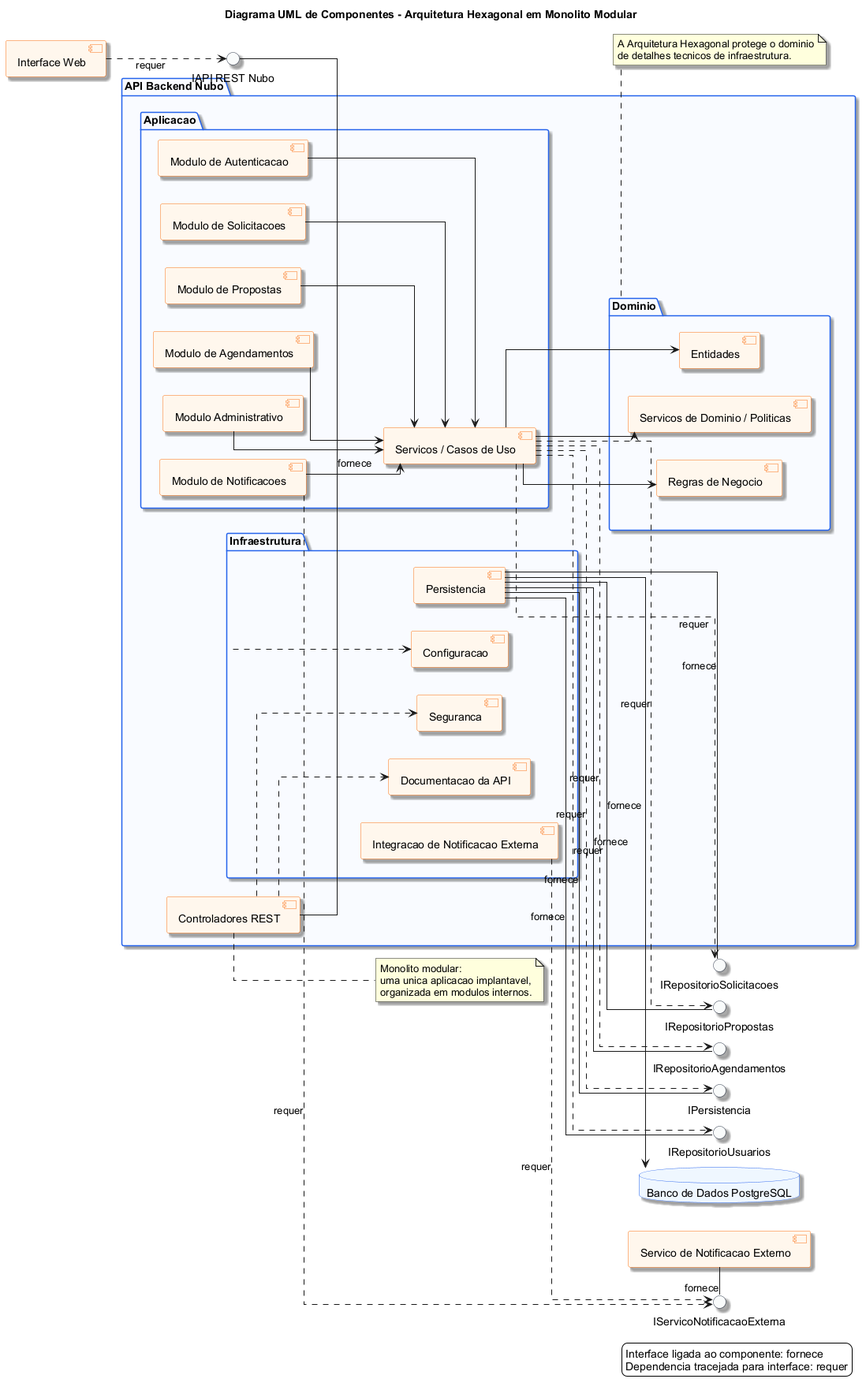
The PlantUML diagram imagens/diagrama-de-arquitetura.png in PHnsilva/nubo-scheduling-system, before a commit.
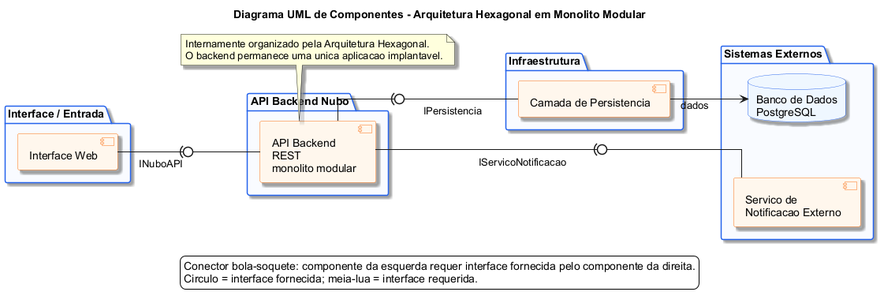
After the change.

Commit message:
docs: fix component required interfaces

What changed in the source:
```diff
@@ -4,6 +4,8 @@
 skinparam backgroundColor #FFFFFF
 skinparam componentStyle uml2
 skinparam linetype ortho
+skinparam nodesep 70
+skinparam ranksep 80
 skinparam shadowing true
 skinparam defaultFontName Arial
 skinparam package {
@@ -14,104 +16,40 @@
   BorderColor #F97316
   BackgroundColor #FFF7ED
 }
-skinparam interface {
-  BorderColor #374151
-  BackgroundColor #F9FAFB
-}
 skinparam database {
   BorderColor #2563EB
   BackgroundColor #EFF6FF
 }
 
-component "Interface Web" as web
-
-interface "IAPI REST Nubo" as iApi
-interface "IPersistencia" as iPersistencia
-interface "IRepositorioUsuarios" as iRepoUsuarios
-interface "IRepositorioSolicitacoes" as iRepoSolicitacoes
-interface "IRepositorioPropostas" as iRepoPropostas
-interface "IRepositorioAgendamentos" as iRepoAgendamentos
-interface "IServicoNotificacaoExterna" as iServicoNotificacao
-
-package "API Backend Nubo" as backend {
-  component "Controladores REST" as api
-
-  package "Aplicacao" as aplicacao {
-    component "Modulo de Autenticacao" as autenticacao
-    component "Modulo de Solicitacoes" as solicitacoes
-    component "Modulo de Propostas" as propostas
-    component "Modulo de Agendamentos" as agendamentos
-    component "Modulo de Notificacoes" as notificacoes
-    component "Modulo Administrativo" as admin
-    component "Servicos / Casos de Uso" as casosUso
-  }
-
-  package "Dominio" as dominio {
-    component "Entidades" as entidades
-    component "Regras de Negocio" as regras
-    component "Servicos de Dominio / Politicas" as politicas
-  }
-
-  package "Infraestrutura" as infraestrutura {
-    component "Persistencia" as persistencia
-    component "Seguranca" as seguranca
-    component "Configuracao" as configuracao
-    component "Documentacao da API" as docsApi
-    component "Integracao de Notificacao Externa" as integracaoNotificacao
-  }
+package "Interface / Entrada" {
+  component "Interface Web" as web
 }
 
-database "Banco de Dados PostgreSQL" as db
-component "Servico de Notificacao Externo" as servicoNotificacao
+package "API Backend Nubo" {
+  component "API Backend\nREST\nmonolito modular" as backend
+}
 
-api - iApi : fornece
-web ..> iApi : requer
+package "Infraestrutura" {
+  component "Camada de Persistencia" as persistencia
+}
 
-autenticacao --> casosUso
-solicitacoes --> casosUso
-propostas --> casosUso
-agendamentos --> casosUso
-notificacoes --> casosUso
-admin --> casosUso
+package "Sistemas Externos" {
+  database "Banco de Dados\nPostgreSQL" as db
+  component "Servico de\nNotificacao Externo" as notificacaoExterna
+}
 
-casosUso --> entidades
-casosUso --> regras
-casosUso --> politicas
+web -(0- backend : INuboAPI
+backend -(0- persistencia : IPersistencia
+backend -(0- notificacaoExterna : IServicoNotificacao
+persistencia --> db : dados
 
-persistencia - iPersistencia : fornece
-persistencia - iRepoUsuarios : fornece
-persistencia - iRepoSolicitacoes : fornece
-persistencia - iRepoPropostas : fornece
-persistencia - iRepoAgendamentos : fornece
-
-casosUso ..> iPersistencia : requer
-casosUso ..> iRepoUsuarios : requer
-casosUso ..> iRepoSolicitacoes : requer
-casosUso ..> iRepoPropostas : requer
-casosUso ..> iRepoAgendamentos : requer
-
-servicoNotificacao - iServicoNotificacao : fornece
-integracaoNotificacao ..> iServicoNotificacao : requer
-notificacoes ..> iServicoNotificacao : requer
-
-persistencia --> db
-api ..> seguranca
-api ..> docsApi
-infraestrutura ..> configuracao
-
-note right of api
-  Monolito modular:
-  uma unica aplicacao implantavel,
-  organizada em modulos internos.
+note bottom of backend
+  Internamente organizado pela Arquitetura Hexagonal.
+  O backend permanece uma unica aplicacao implantavel.
 end note
 
-note bottom of dominio
-  A Arquitetura Hexagonal protege o dominio
-  de detalhes tecnicos de infraestrutura.
-end note
-
-legend right
-  Interface ligada ao componente: fornece
-  Dependencia tracejada para interface: requer
+legend bottom
+  Conector bola-soquete: componente da esquerda requer interface fornecida pelo componente da direita.
+  Circulo = interface fornecida; meia-lua = interface requerida.
 endlegend
 @enduml
```
